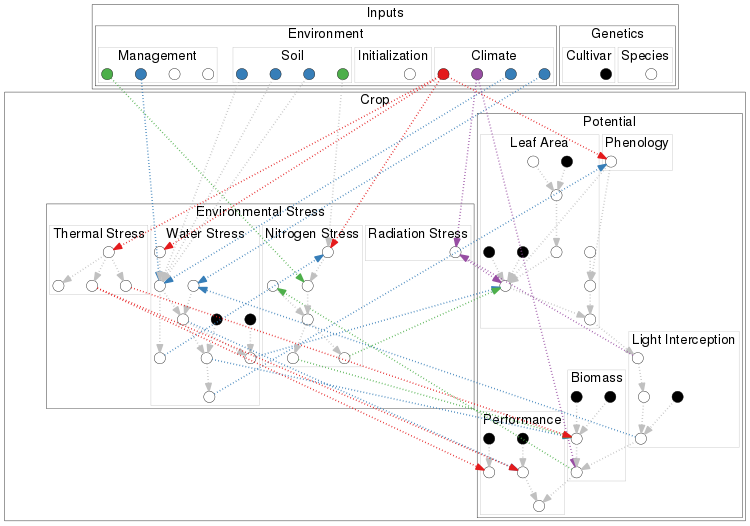
The Graphviz diagram inst/doc/files/structure_nodes.png in picasa/rsunflo, before a commit. Its source is kept beside it as inst/doc/files/structure_nodes.dot.
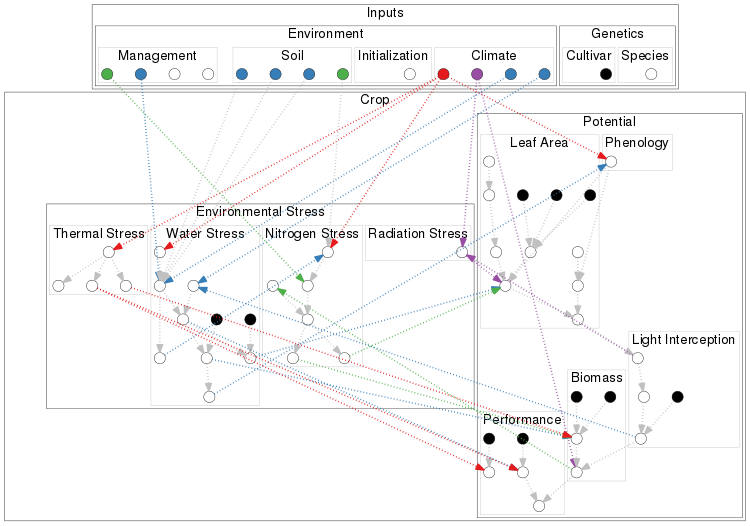
After the change.

Diff of the diagram source:
```diff
@@ -136,16 +136,15 @@
 				pencolor=gray
 
 				ThermalTime -> {LeafExpansionRate LeafSenescenceRate} [constraint=false]
-				{Phyllotherm PotentialLeafNumber} -> LeafInitiationTime
-				{PotentialLeafProfile PotentialLeafSize} -> LeafExpansionRate
+				Phyllotherm -> LeafInitiationTime
+				{PotentialLeafProfile PotentialLeafSize PotentialLeafNumber} -> PotentialLeafArea
 
 				LeafInitiationTime -> LeafExpansionTime
-				LeafSenescenceTime
+				{LeafExpansionTime PotentialLeafArea} -> LeafExpansionRate
+				LeafSenescenceTime -> LeafSenescenceRate
+				{LeafExpansionRate LeafSenescenceRate} -> LeafArea
 				{rank=same; LeafExpansionTime; LeafSenescenceTime}
-				LeafExpansionTime -> LeafExpansionRate
-				LeafSenescenceTime -> LeafSenescenceRate
-				LeafExpansionRate -> LeafArea
-				LeafSenescenceRate -> LeafArea
+
 			}
 
       subgraph clusterCropInterception {
```
